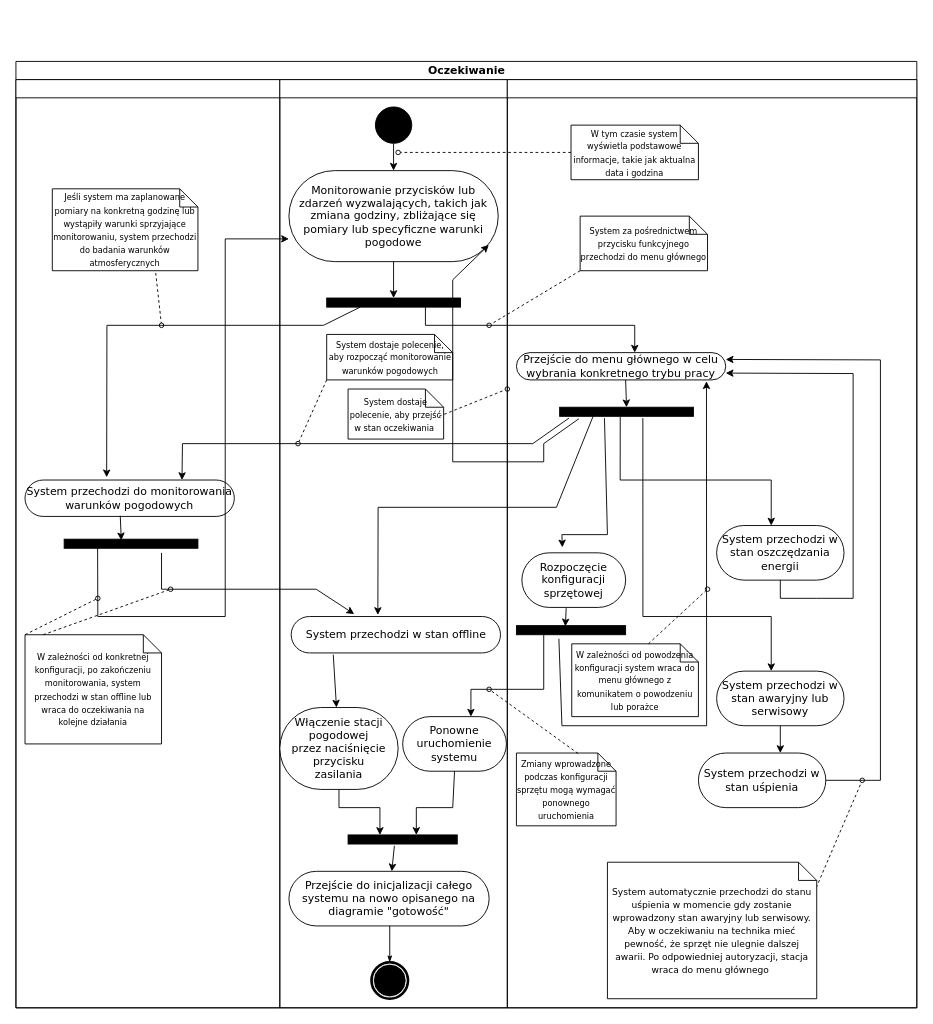
Above: oczekiwanie.drawio in zawoj/Wbudowane (draw.io), before the change. Source tidied: cells renumbered, new cells numbered last; positions are measured from the earlier drawing's top-left corner, leaving out a move shared by most shapes. Both pictures are drawn from the tidied source at 91%, with x=0, y=0 at pixel (15, 61).
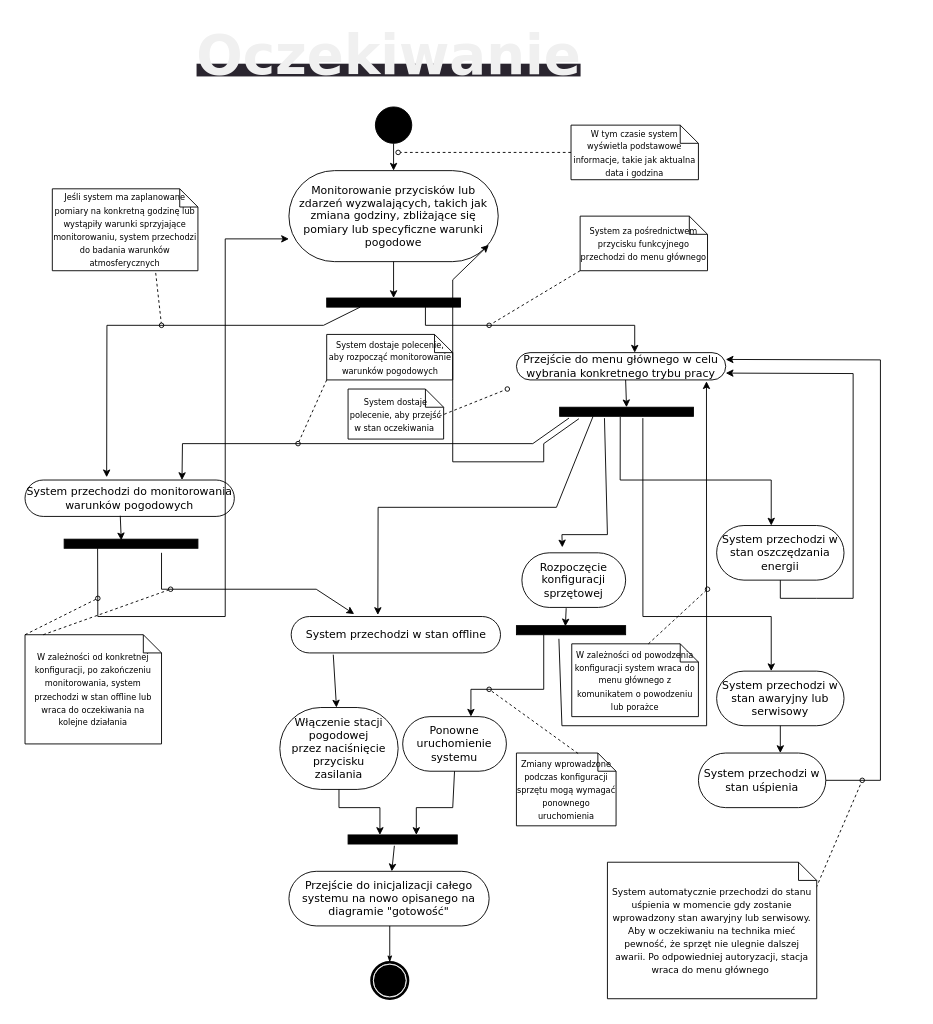
The same diagram, later.

Commit message (it also covers changes not shown here):
better style for diagrams

The edit, as a diff of the source:
```diff
@@
-    <mxCell id="2" value="Oczekiwanie" style="swimlane;html=1;startSize=20;rounded=0;shadow=0;comic=0;labelBackgroundColor=none;strokeWidth=1;fontFamily=Verdana;fontSize=12;align=center;" parent="1" vertex="1">
+    <mxCell id="2" style="swimlane;html=1;startSize=20;rounded=0;shadow=0;comic=0;labelBackgroundColor=none;strokeWidth=1;fontFamily=Verdana;fontSize=12;align=center;strokeColor=none;fillColor=none;" parent="1" vertex="1">
       <mxGeometry width="990" height="1040" as="geometry" />
     </mxCell>
-    <mxCell id="3" style="swimlane;html=1;startSize=20;" parent="2" vertex="1">
+    <mxCell id="3" style="swimlane;html=1;startSize=20;fillColor=none;strokeColor=none;" parent="2" vertex="1">
       <mxGeometry y="20" width="290" height="1020" as="geometry" />
     </mxCell>
@@
-    <mxCell id="12" style="swimlane;html=1;startSize=20;" parent="2" vertex="1">
+    <mxCell id="12" style="swimlane;html=1;startSize=20;strokeColor=none;fillColor=none;" parent="2" vertex="1">
       <mxGeometry x="290" y="20" width="250" height="1020" as="geometry" />
     </mxCell>
@@
-    <mxCell id="38" style="swimlane;html=1;startSize=20;" parent="2" vertex="1">
+    <mxCell id="38" style="swimlane;html=1;startSize=20;strokeColor=none;fillColor=none;" parent="2" vertex="1">
       <mxGeometry x="540" y="20" width="450" height="1020" as="geometry" />
     </mxCell>
@@
+    <mxCell id="68" value="&lt;span style=&quot;color: rgb(240, 240, 240); font-family: Verdana; font-style: normal; font-variant-ligatures: normal; font-variant-caps: normal; font-weight: 700; letter-spacing: normal; orphans: 2; text-indent: 0px; text-transform: none; widows: 2; word-spacing: 0px; -webkit-text-stroke-width: 0px; background-color: rgb(42, 37, 47); text-decoration-thickness: initial; text-decoration-style: initial; text-decoration-color: initial; float: none; display: inline !important;&quot;&gt;&lt;font style=&quot;font-size: 60px;&quot;&gt;Oczekiwanie&lt;/font&gt;&lt;/span&gt;" style="text;whiteSpace=wrap;html=1;align=center;" parent="1" vertex="1">
+      <mxGeometry x="190" y="-50" width="440" height="80" as="geometry" />
+    </mxCell>
```
